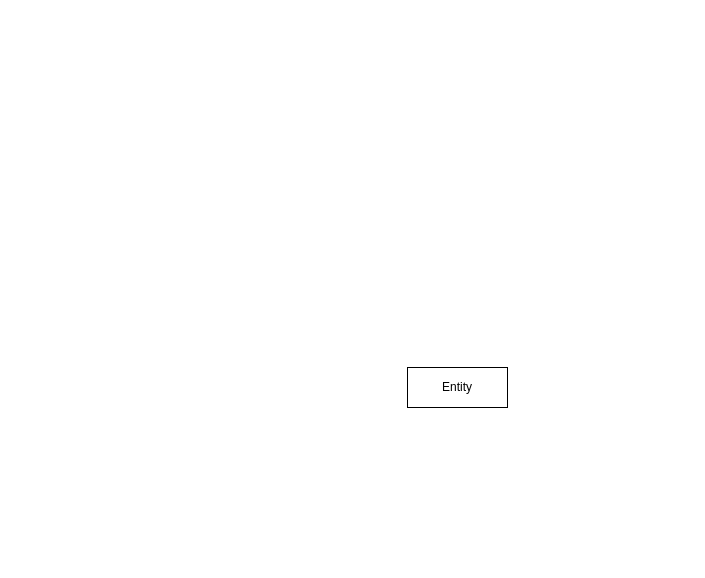
The draw.io diagram mini-autorizador.drawio in ivolapuma/mini-autorizador, before the edit. Source tidied: cells renumbered, new cells numbered last; positions are measured from the earlier drawing's top-left corner, leaving out a move shared by most shapes. Both pictures are drawn from the tidied source at 100%, with x=0, y=0 at pixel (407, 367).
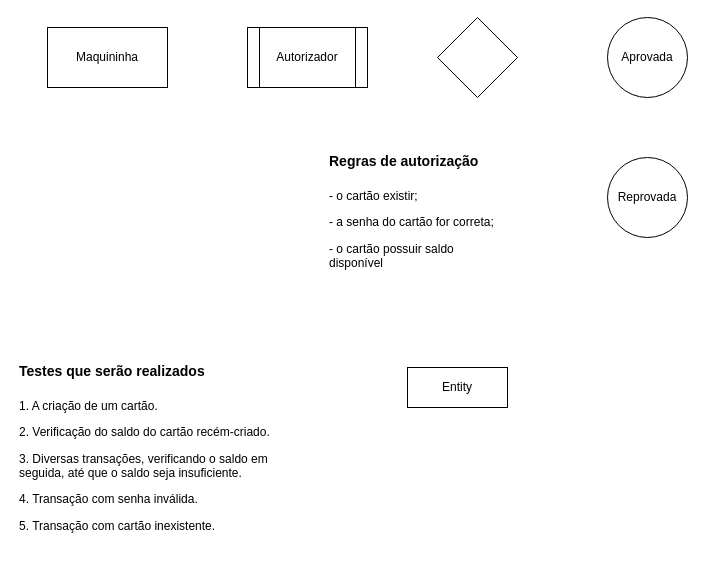
The same diagram, later.

Commit message (it also covers changes not shown here):
rascunhando solucao no drawio

Diff of the diagram source:
```diff
@@
 <mxGraphModel>
   <root>
     <mxCell id="0" />
     <mxCell id="1" parent="0" />
     <mxCell id="2" value="Entity" style="whiteSpace=wrap;html=1;align=center;" parent="1" vertex="1">
       <mxGeometry width="100" height="40" as="geometry" />
     </mxCell>
+    <mxCell id="3" value="Maquininha" style="rounded=0;whiteSpace=wrap;html=1;" parent="1" vertex="1">
+      <mxGeometry x="-360" y="-340" width="120" height="60" as="geometry" />
+    </mxCell>
+    <mxCell id="4" value="Autorizador" style="shape=process;whiteSpace=wrap;html=1;backgroundOutline=1;" parent="1" vertex="1">
+      <mxGeometry x="-160" y="-340" width="120" height="60" as="geometry" />
+    </mxCell>
+    <mxCell id="5" style="rhombus;whiteSpace=wrap;html=1;" parent="1" vertex="1">
+      <mxGeometry x="30" y="-350" width="80" height="80" as="geometry" />
+    </mxCell>
+    <mxCell id="6" value="Aprovada" style="ellipse;whiteSpace=wrap;html=1;" parent="1" vertex="1">
+      <mxGeometry x="200" y="-350" width="80" height="80" as="geometry" />
+    </mxCell>
+    <mxCell id="7" value="Reprovada" style="ellipse;whiteSpace=wrap;html=1;" parent="1" vertex="1">
+      <mxGeometry x="200" y="-210" width="80" height="80" as="geometry" />
+    </mxCell>
+    <mxCell id="8" value="&lt;h1 style=&quot;margin-top: 0px;&quot;&gt;&lt;font style=&quot;font-size: 14px;&quot;&gt;Regras de autorização&lt;/font&gt;&lt;/h1&gt;&lt;p&gt;- o cartão existir;&lt;/p&gt;&lt;p&gt;- a senha do cartão for correta;&lt;/p&gt;&lt;p&gt;- o cartão possuir saldo disponível&lt;/p&gt;&lt;p&gt;&lt;br&gt;&lt;/p&gt;" style="text;html=1;whiteSpace=wrap;overflow=hidden;rounded=0;" parent="1" vertex="1">
+      <mxGeometry x="-80" y="-230" width="180" height="150" as="geometry" />
+    </mxCell>
+    <mxCell id="9" value="&lt;h1 style=&quot;margin-top: 0px;&quot;&gt;&lt;font style=&quot;font-size: 14px;&quot;&gt;Testes que serão realizados&lt;/font&gt;&lt;/h1&gt;&lt;p&gt;1. A criação de um cartão.&lt;/p&gt;&lt;p&gt;2. Verificação do saldo do cartão recém-criado.&lt;/p&gt;&lt;p&gt;3. Diversas transações, verificando o saldo em seguida, até que o saldo seja insuficiente.&lt;/p&gt;&lt;p&gt;4. Transação com senha inválida.&lt;/p&gt;&lt;p&gt;5. Transação com cartão inexistente.&lt;/p&gt;" style="text;html=1;whiteSpace=wrap;overflow=hidden;rounded=0;" parent="1" vertex="1">
+      <mxGeometry x="-390" y="-20" width="290" height="210" as="geometry" />
+    </mxCell>
   </root>
 </mxGraphModel>
```
